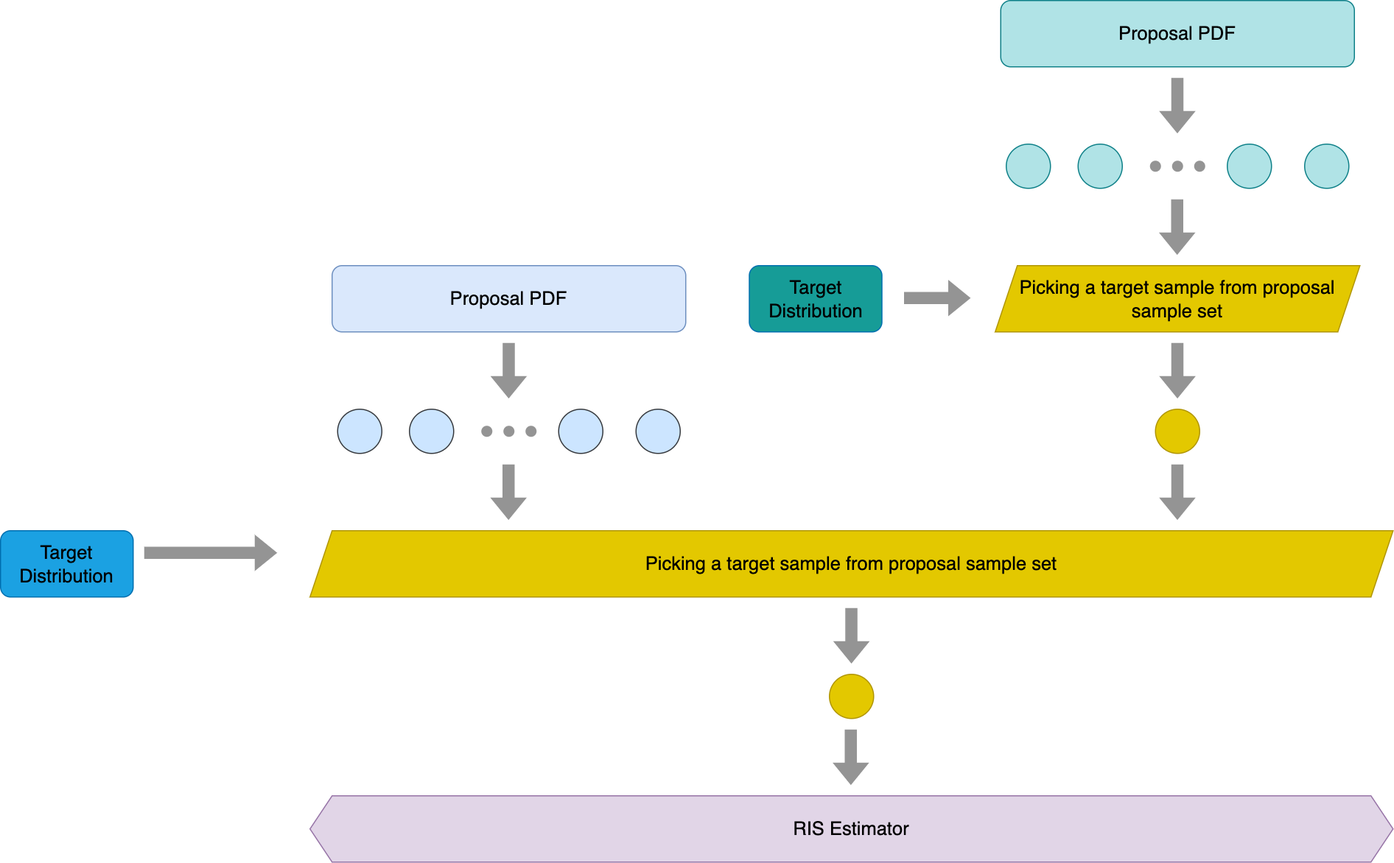
Above: img/posts/understanding_the_math_behind_restir_di/ReStir_2.png in JiayinCao/AGraphicsGuyNotes (draw.io), before the change. Source tidied: cells renumbered, new cells last; positions are measured from the earlier drawing's top-left corner, leaving out a move shared by most shapes.
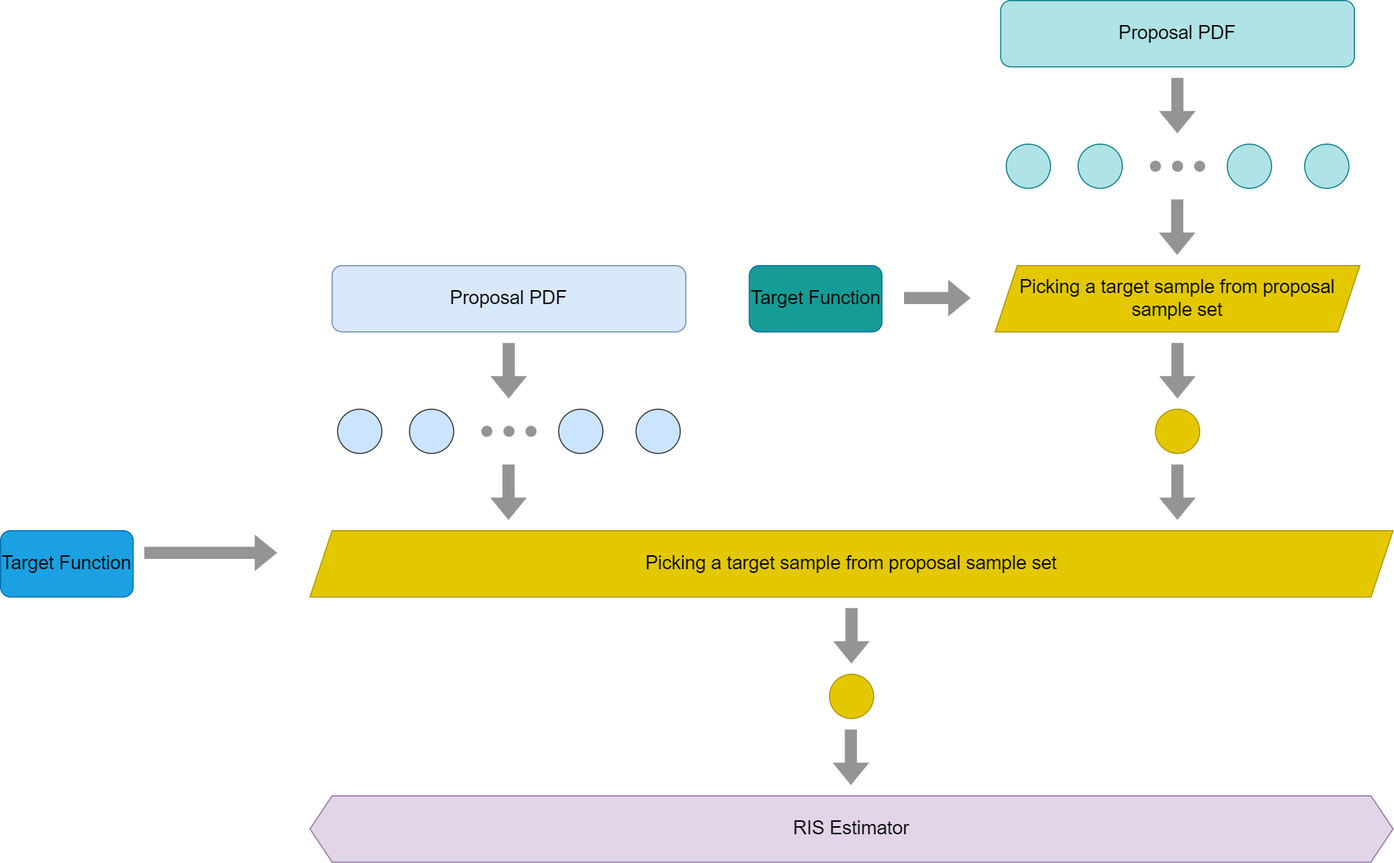
Above is the later version.

The edit, as a diff of the source:
```diff
@@ -23,7 +23,7 @@
     <mxCell id="7" style="ellipse;whiteSpace=wrap;html=1;fillColor=#cce5ff;strokeColor=#36393d;" parent="1" vertex="1">
       <mxGeometry x="505" y="370" width="40" height="40" as="geometry" />
     </mxCell>
-    <mxCell id="8" value="&lt;font style=&quot;font-size: 17px;&quot; color=&quot;#000000&quot;&gt;Target Distribution&lt;/font&gt;" style="rounded=1;whiteSpace=wrap;html=1;fillColor=#1ba1e2;strokeColor=#006EAF;fontColor=#ffffff;" parent="1" vertex="1">
+    <mxCell id="8" value="&lt;font style=&quot;font-size: 17px;&quot; color=&quot;#000000&quot;&gt;Target Function&lt;/font&gt;" style="rounded=1;whiteSpace=wrap;html=1;fillColor=#1ba1e2;strokeColor=#006EAF;fontColor=#ffffff;" parent="1" vertex="1">
       <mxGeometry y="480" width="120" height="60" as="geometry" />
     </mxCell>
     <mxCell id="9" style="ellipse;whiteSpace=wrap;html=1;fillColor=#949494;strokeColor=none;" parent="1" vertex="1">
@@ -62,7 +62,7 @@
     <mxCell id="18" style="ellipse;whiteSpace=wrap;html=1;fillColor=#b0e3e6;strokeColor=#0e8088;" parent="1" vertex="1">
       <mxGeometry x="1110" y="130" width="40" height="40" as="geometry" />
     </mxCell>
-    <mxCell id="19" value="&lt;font style=&quot;font-size: 17px;&quot; color=&quot;#000000&quot;&gt;Target Distribution&lt;/font&gt;" style="rounded=1;whiteSpace=wrap;html=1;fillColor=#169C97;strokeColor=#006EAF;fontColor=#ffffff;" parent="1" vertex="1">
+    <mxCell id="19" value="&lt;font style=&quot;font-size: 17px;&quot; color=&quot;#000000&quot;&gt;Target Function&lt;/font&gt;" style="rounded=1;whiteSpace=wrap;html=1;fillColor=#169C97;strokeColor=#006EAF;fontColor=#ffffff;" parent="1" vertex="1">
       <mxGeometry x="677.5" y="240" width="120" height="60" as="geometry" />
     </mxCell>
     <mxCell id="20" value="&lt;span style=&quot;font-size: 17px;&quot;&gt;Picking a target sample from proposal sample set&lt;/span&gt;" style="shape=parallelogram;perimeter=parallelogramPerimeter;whiteSpace=wrap;html=1;fixedSize=1;fontColor=#000000;fillColor=#e3c800;strokeColor=#B09500;" parent="1" vertex="1">
```
